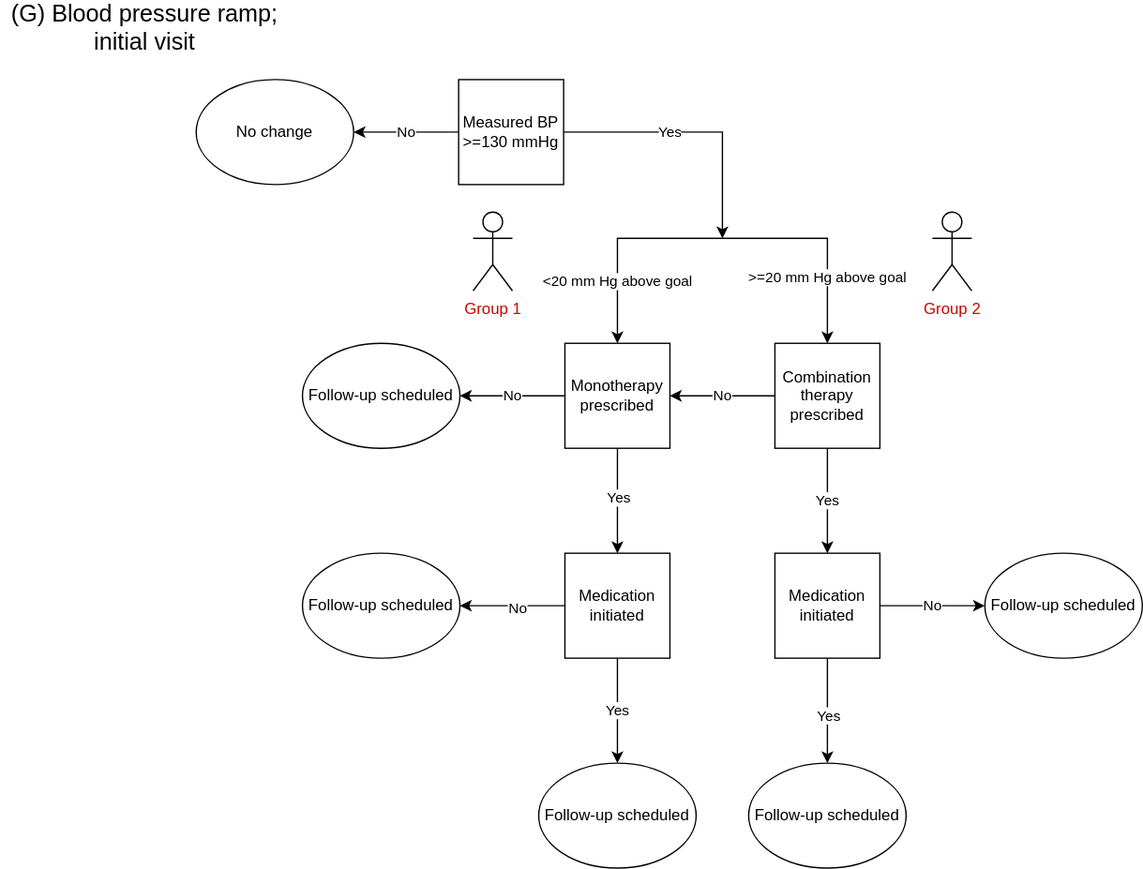
Above: docs/source/concept_models/vivarium_us_cvd/sbp_ramp_initial.svg in ihmeuw/vivarium_research (draw.io), before the change. Source tidied: cells renumbered, new cells last; positions are measured from the earlier drawing's top-left corner, leaving out a move shared by most shapes.
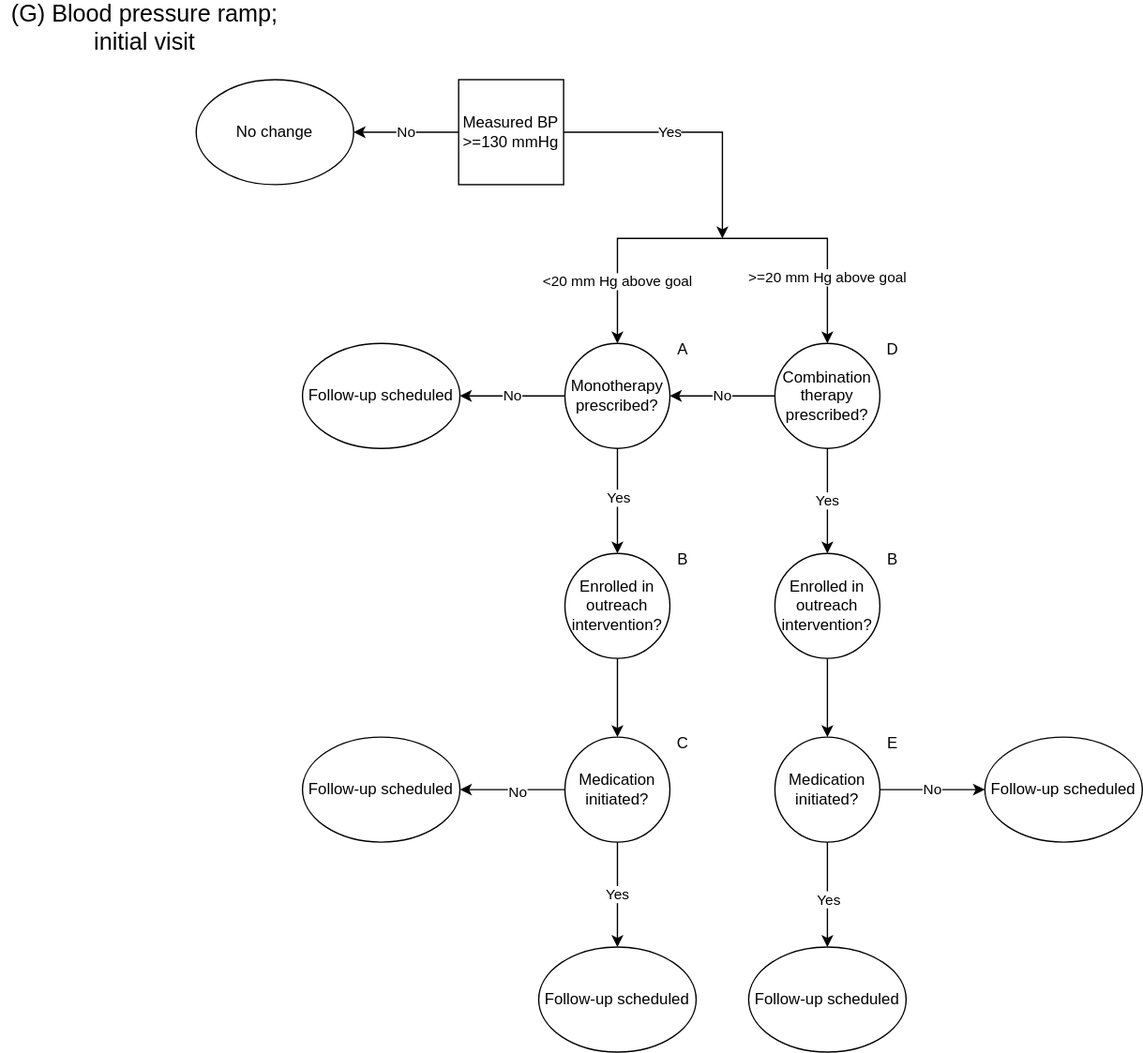
After the change.

Change to the diagram source:
```diff
@@ -2,9 +2,10 @@
   <root>
     <mxCell id="0" />
     <mxCell id="1" parent="0" />
-    <mxCell id="2" style="edgeStyle=orthogonalEdgeStyle;rounded=0;jettySize=auto;html=1;exitX=0.5;exitY=1;exitDx=0;exitDy=0;entryX=0.5;entryY=0;entryDx=0;entryDy=0;" parent="1" edge="1" target="11">
+    <mxCell id="2" style="edgeStyle=orthogonalEdgeStyle;rounded=0;orthogonalLoop=1;jettySize=auto;html=1;exitX=0.5;exitY=1;exitDx=0;exitDy=0;entryX=0.5;entryY=0;entryDx=0;entryDy=0;" parent="1" edge="1">
       <mxGeometry relative="1" as="geometry">
         <mxPoint x="549" y="170" as="sourcePoint" />
+        <mxPoint x="470" y="250" as="targetPoint" />
       </mxGeometry>
     </mxCell>
     <mxCell id="3" value="&amp;lt;20 mm Hg above goal" style="edgeLabel;html=1;align=center;verticalAlign=middle;" parent="2" vertex="1">
@@ -32,90 +33,126 @@
     <mxCell id="7" value="Measured BP &amp;gt;=130 mmHg" style="whiteSpace=wrap;html=1;" parent="1" vertex="1">
       <mxGeometry x="349" y="49" width="80" height="80" as="geometry" />
     </mxCell>
-    <mxCell id="8" style="edgeStyle=orthogonalEdgeStyle;rounded=0;jettySize=auto;html=1;exitX=0.5;exitY=1;exitDx=0;exitDy=0;" parent="1" edge="1" source="11">
+    <mxCell id="8" style="edgeStyle=orthogonalEdgeStyle;rounded=0;orthogonalLoop=1;jettySize=auto;html=1;exitX=0.5;exitY=1;exitDx=0;exitDy=0;" parent="1" edge="1">
       <mxGeometry relative="1" as="geometry">
+        <mxPoint x="470" y="330" as="sourcePoint" />
         <mxPoint x="470" y="410" as="targetPoint" />
       </mxGeometry>
     </mxCell>
     <mxCell id="9" value="Yes" style="edgeLabel;html=1;align=center;verticalAlign=middle;" parent="8" vertex="1">
       <mxGeometry x="-0.07" relative="1" as="geometry" />
     </mxCell>
-    <mxCell id="10" value="No" style="edgeStyle=orthogonalEdgeStyle;rounded=0;jettySize=auto;html=1;exitX=0;exitY=0.5;exitDx=0;exitDy=0;" parent="1" edge="1" source="11" target="13">
+    <mxCell id="10" value="No" style="edgeStyle=orthogonalEdgeStyle;rounded=0;jettySize=auto;html=1;exitX=0;exitY=0.5;exitDx=0;exitDy=0;" parent="1" edge="1" target="13">
       <mxGeometry relative="1" as="geometry">
+        <mxPoint x="430" y="290" as="sourcePoint" />
         <Array as="points">
           <mxPoint x="390" y="290" />
           <mxPoint x="390" y="290" />
         </Array>
       </mxGeometry>
     </mxCell>
-    <mxCell id="11" value="Monotherapy prescribed" style="whiteSpace=wrap;html=1;" parent="1" vertex="1">
-      <mxGeometry x="430" y="250" width="80" height="80" as="geometry" />
-    </mxCell>
     <mxCell id="12" value="No change" style="ellipse;whiteSpace=wrap;html=1;" parent="1" vertex="1">
       <mxGeometry x="149" y="49" width="120" height="80" as="geometry" />
     </mxCell>
     <mxCell id="13" value="Follow-up scheduled" style="ellipse;whiteSpace=wrap;html=1;" parent="1" vertex="1">
       <mxGeometry x="230" y="250" width="120" height="80" as="geometry" />
     </mxCell>
-    <mxCell id="14" style="edgeStyle=orthogonalEdgeStyle;rounded=0;jettySize=auto;html=1;exitX=0;exitY=0.5;exitDx=0;exitDy=0;entryX=1;entryY=0.5;entryDx=0;entryDy=0;" parent="1" edge="1" source="17" target="18">
-      <mxGeometry relative="1" as="geometry" />
+    <mxCell id="14" style="edgeStyle=orthogonalEdgeStyle;rounded=0;jettySize=auto;html=1;exitX=0;exitY=0.5;exitDx=0;exitDy=0;entryX=1;entryY=0.5;entryDx=0;entryDy=0;" parent="1" edge="1" target="18">
+      <mxGeometry relative="1" as="geometry">
+        <mxPoint x="430" y="590" as="sourcePoint" />
+      </mxGeometry>
     </mxCell>
     <mxCell id="15" value="No" style="edgeLabel;html=1;align=center;verticalAlign=middle;" parent="14" vertex="1">
       <mxGeometry x="-0.07" y="1" relative="1" as="geometry" />
     </mxCell>
-    <mxCell id="16" value="Yes" style="edgeStyle=orthogonalEdgeStyle;rounded=0;jettySize=auto;html=1;exitX=0.5;exitY=1;exitDx=0;exitDy=0;" parent="1" edge="1" source="17">
+    <mxCell id="16" value="Yes" style="edgeStyle=orthogonalEdgeStyle;rounded=0;orthogonalLoop=1;jettySize=auto;html=1;exitX=0.5;exitY=1;exitDx=0;exitDy=0;" parent="1" edge="1">
       <mxGeometry relative="1" as="geometry">
-        <mxPoint x="470" y="570" as="targetPoint" />
+        <mxPoint x="470" y="630" as="sourcePoint" />
+        <mxPoint x="470" y="710" as="targetPoint" />
       </mxGeometry>
     </mxCell>
-    <mxCell id="17" value="Medication initiated" style="whiteSpace=wrap;html=1;" parent="1" vertex="1">
-      <mxGeometry x="430" y="410" width="80" height="80" as="geometry" />
-    </mxCell>
     <mxCell id="18" value="Follow-up scheduled" style="ellipse;whiteSpace=wrap;html=1;" parent="1" vertex="1">
-      <mxGeometry x="230" y="410" width="120" height="80" as="geometry" />
+      <mxGeometry x="230" y="550" width="120" height="80" as="geometry" />
     </mxCell>
     <mxCell id="19" value="Follow-up scheduled" style="ellipse;whiteSpace=wrap;html=1;" parent="1" vertex="1">
-      <mxGeometry x="410" y="570" width="120" height="80" as="geometry" />
+      <mxGeometry x="410" y="710" width="120" height="80" as="geometry" />
     </mxCell>
-    <mxCell id="20" value="Yes" style="edgeStyle=orthogonalEdgeStyle;rounded=0;jettySize=auto;html=1;exitX=0.5;exitY=1;exitDx=0;exitDy=0;" parent="1" edge="1" target="24">
+    <mxCell id="20" value="Yes" style="edgeStyle=orthogonalEdgeStyle;rounded=0;orthogonalLoop=1;jettySize=auto;html=1;exitX=0.5;exitY=1;exitDx=0;exitDy=0;" parent="1" edge="1">
       <mxGeometry relative="1" as="geometry">
         <mxPoint x="630" y="330" as="sourcePoint" />
+        <mxPoint x="630" y="410" as="targetPoint" />
       </mxGeometry>
     </mxCell>
-    <mxCell id="21" style="edgeStyle=orthogonalEdgeStyle;rounded=0;jettySize=auto;html=1;exitX=0.5;exitY=1;exitDx=0;exitDy=0;" parent="1" edge="1" source="24">
+    <mxCell id="21" style="edgeStyle=orthogonalEdgeStyle;rounded=0;orthogonalLoop=1;jettySize=auto;html=1;exitX=0.5;exitY=1;exitDx=0;exitDy=0;" parent="1" edge="1">
       <mxGeometry relative="1" as="geometry">
-        <mxPoint x="630" y="570" as="targetPoint" />
+        <mxPoint x="630" y="630" as="sourcePoint" />
+        <mxPoint x="630" y="710" as="targetPoint" />
       </mxGeometry>
     </mxCell>
     <mxCell id="22" value="Yes" style="edgeLabel;html=1;align=center;verticalAlign=middle;" parent="21" vertex="1">
       <mxGeometry x="0.07" relative="1" as="geometry" />
     </mxCell>
-    <mxCell id="23" value="No" style="edgeStyle=orthogonalEdgeStyle;rounded=0;jettySize=auto;html=1;exitX=1;exitY=0.5;exitDx=0;exitDy=0;" parent="1" edge="1" source="24" target="25">
-      <mxGeometry relative="1" as="geometry" />
+    <mxCell id="23" value="No" style="edgeStyle=orthogonalEdgeStyle;rounded=0;jettySize=auto;html=1;exitX=1;exitY=0.5;exitDx=0;exitDy=0;" parent="1" edge="1" target="25">
+      <mxGeometry relative="1" as="geometry">
+        <mxPoint x="670" y="590" as="sourcePoint" />
+      </mxGeometry>
     </mxCell>
-    <mxCell id="24" value="Medication initiated" style="whiteSpace=wrap;html=1;" parent="1" vertex="1">
-      <mxGeometry x="590" y="410" width="80" height="80" as="geometry" />
-    </mxCell>
     <mxCell id="25" value="Follow-up scheduled" style="ellipse;whiteSpace=wrap;html=1;" parent="1" vertex="1">
-      <mxGeometry x="750" y="410" width="120" height="80" as="geometry" />
+      <mxGeometry x="750" y="550" width="120" height="80" as="geometry" />
     </mxCell>
     <mxCell id="26" value="Follow-up scheduled" style="ellipse;whiteSpace=wrap;html=1;" parent="1" vertex="1">
-      <mxGeometry x="570" y="570" width="120" height="80" as="geometry" />
+      <mxGeometry x="570" y="710" width="120" height="80" as="geometry" />
     </mxCell>
-    <mxCell id="27" value="No" style="edgeStyle=orthogonalEdgeStyle;rounded=0;jettySize=auto;html=1;exitX=0;exitY=0.5;exitDx=0;exitDy=0;" parent="1" edge="1" source="28" target="11">
-      <mxGeometry relative="1" as="geometry" />
+    <mxCell id="27" value="No" style="edgeStyle=orthogonalEdgeStyle;rounded=0;orthogonalLoop=1;jettySize=auto;html=1;exitX=0;exitY=0.5;exitDx=0;exitDy=0;" parent="1" edge="1">
+      <mxGeometry relative="1" as="geometry">
+        <mxPoint x="590" y="290" as="sourcePoint" />
+        <mxPoint x="510" y="290" as="targetPoint" />
+      </mxGeometry>
     </mxCell>
-    <mxCell id="28" value="Combination therapy prescribed" style="whiteSpace=wrap;html=1;" parent="1" vertex="1">
-      <mxGeometry x="590" y="250" width="80" height="80" as="geometry" />
-    </mxCell>
     <mxCell id="29" value="&lt;font style=&quot;font-size: 18px&quot;&gt;(G) Blood pressure ramp; initial visit&lt;br&gt;&lt;/font&gt;" style="text;html=1;strokeColor=none;fillColor=none;align=center;verticalAlign=middle;whiteSpace=wrap;rounded=0;" parent="1" vertex="1">
       <mxGeometry width="220" height="20" as="geometry" />
     </mxCell>
-    <mxCell id="30" value="Group 1" style="shape=umlActor;verticalLabelPosition=bottom;verticalAlign=top;html=1;fontColor=#CC0000;" parent="1" vertex="1">
-      <mxGeometry x="360" y="150" width="30" height="60" as="geometry" />
-    </mxCell>
-    <mxCell id="31" value="Group 2" style="shape=umlActor;verticalLabelPosition=bottom;verticalAlign=top;html=1;fontColor=#CC0000;" parent="1" vertex="1">
-      <mxGeometry x="710" y="150" width="30" height="60" as="geometry" />
-    </mxCell>
+    <mxCell id="32" value="Monotherapy prescribed?" style="ellipse;whiteSpace=wrap;html=1;" parent="1" vertex="1">
+      <mxGeometry x="430" y="250" width="80" height="80" as="geometry" />
+    </mxCell>
+    <mxCell id="33" value="Medication initiated?" style="ellipse;whiteSpace=wrap;html=1;" parent="1" vertex="1">
+      <mxGeometry x="590" y="550" width="80" height="80" as="geometry" />
+    </mxCell>
+    <mxCell id="34" value="Medication initiated?" style="ellipse;whiteSpace=wrap;html=1;" parent="1" vertex="1">
+      <mxGeometry x="430" y="550" width="80" height="80" as="geometry" />
+    </mxCell>
+    <mxCell id="35" value="Combination therapy prescribed?" style="ellipse;whiteSpace=wrap;html=1;" parent="1" vertex="1">
+      <mxGeometry x="590" y="250" width="80" height="80" as="geometry" />
+    </mxCell>
+    <mxCell id="36" value="A" style="text;html=1;strokeColor=none;fillColor=none;align=center;verticalAlign=middle;whiteSpace=wrap;rounded=0;" parent="1" vertex="1">
+      <mxGeometry x="490" y="240" width="60" height="30" as="geometry" />
+    </mxCell>
+    <mxCell id="37" value="C" style="text;html=1;strokeColor=none;fillColor=none;align=center;verticalAlign=middle;whiteSpace=wrap;rounded=0;" parent="1" vertex="1">
+      <mxGeometry x="490" y="540" width="60" height="30" as="geometry" />
+    </mxCell>
+    <mxCell id="38" value="E" style="text;html=1;strokeColor=none;fillColor=none;align=center;verticalAlign=middle;whiteSpace=wrap;rounded=0;" parent="1" vertex="1">
+      <mxGeometry x="650" y="540" width="60" height="30" as="geometry" />
+    </mxCell>
+    <mxCell id="39" value="D" style="text;html=1;strokeColor=none;fillColor=none;align=center;verticalAlign=middle;whiteSpace=wrap;rounded=0;" parent="1" vertex="1">
+      <mxGeometry x="650" y="240" width="60" height="30" as="geometry" />
+    </mxCell>
+    <mxCell id="40" value="Enrolled in outreach intervention?" style="ellipse;whiteSpace=wrap;html=1;" parent="1" vertex="1">
+      <mxGeometry x="590" y="410" width="80" height="80" as="geometry" />
+    </mxCell>
+    <mxCell id="41" value="Enrolled in outreach intervention?" style="ellipse;whiteSpace=wrap;html=1;" parent="1" vertex="1">
+      <mxGeometry x="430" y="410" width="80" height="80" as="geometry" />
+    </mxCell>
+    <mxCell id="42" value="B" style="text;html=1;strokeColor=none;fillColor=none;align=center;verticalAlign=middle;whiteSpace=wrap;rounded=0;" parent="1" vertex="1">
+      <mxGeometry x="490" y="400" width="60" height="30" as="geometry" />
+    </mxCell>
+    <mxCell id="43" style="endArrow=classic;html=1;rounded=0;exitX=0.5;exitY=1;exitDx=0;exitDy=0;entryX=0.5;entryY=0;entryDx=0;entryDy=0;" parent="1" edge="1" source="41" target="34">
+      <mxGeometry relative="1" as="geometry" />
+    </mxCell>
+    <mxCell id="44" style="endArrow=classic;html=1;rounded=0;exitX=0.5;exitY=1;exitDx=0;exitDy=0;entryX=0.5;entryY=0;entryDx=0;entryDy=0;" parent="1" edge="1" source="40" target="33">
+      <mxGeometry relative="1" as="geometry" />
+    </mxCell>
+    <mxCell id="45" value="B" style="text;html=1;strokeColor=none;fillColor=none;align=center;verticalAlign=middle;whiteSpace=wrap;rounded=0;" parent="1" vertex="1">
+      <mxGeometry x="650" y="400" width="60" height="30" as="geometry" />
+    </mxCell>
   </root>
 </mxGraphModel>
```
